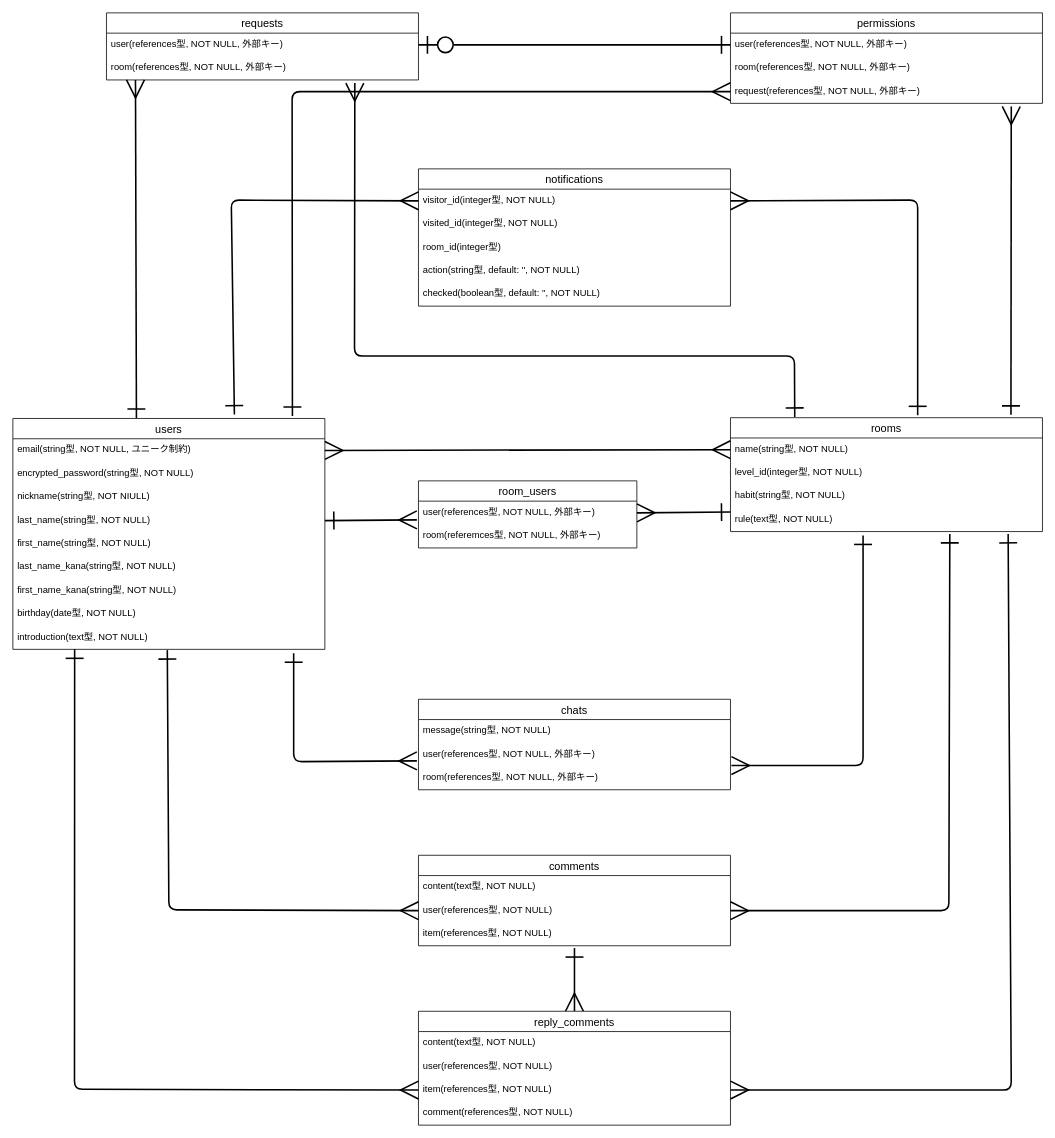
Above: esco.dio in mocchio/esco (draw.io), before the change. Source tidied: cells renumbered, new cells numbered last; positions are measured from the earlier drawing's top-left corner, leaving out a move shared by most shapes. Both pictures are drawn from the tidied source at 78%, with x=0, y=0 at pixel (12, 12).
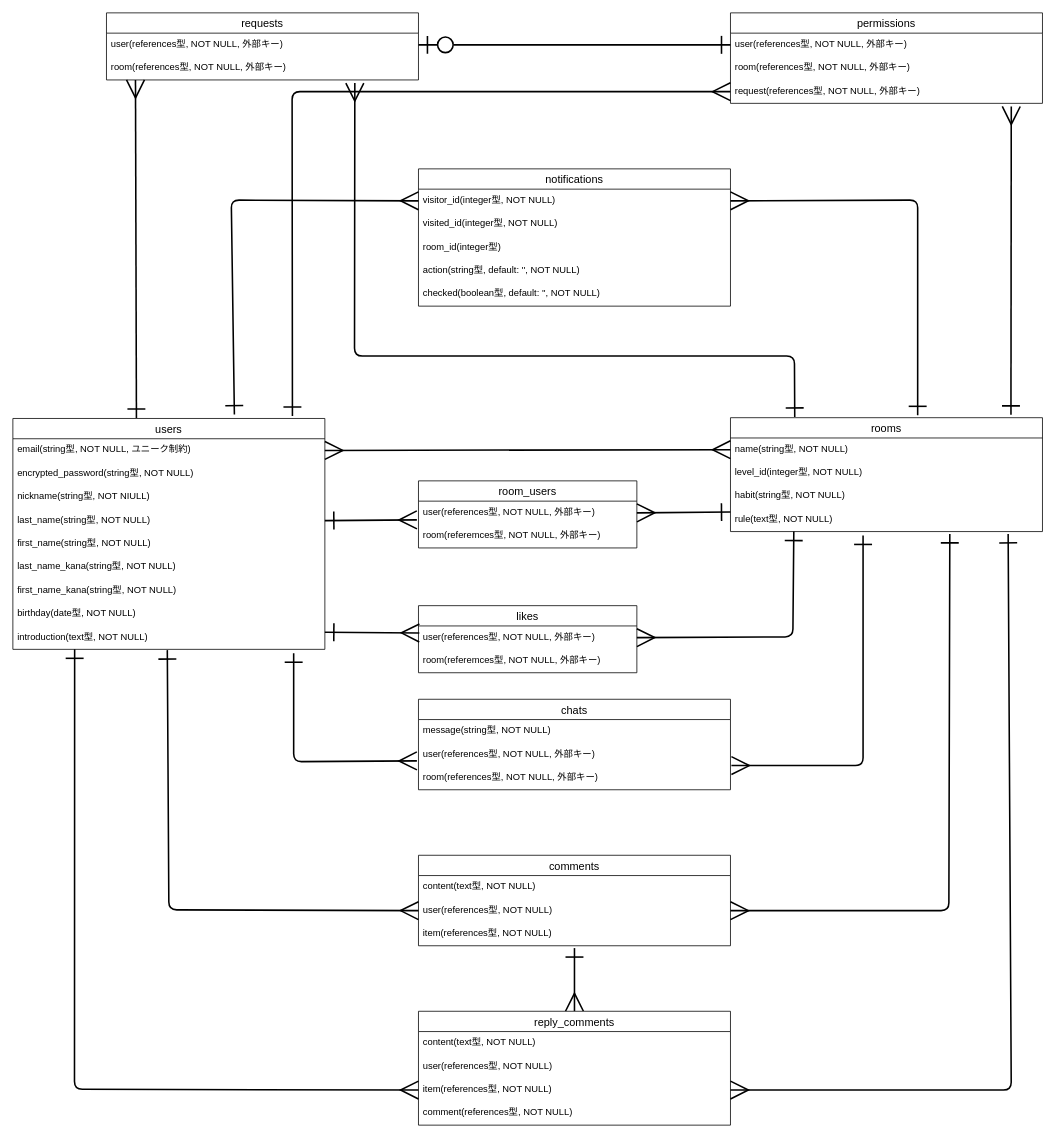
Above is the later version.

The change refers to these unchanged cells:
```xml
<mxCell id="11" value="introduction(text型, NOT NULL)" style="text;strokeColor=none;fillColor=none;spacingLeft=4;spacingRight=4;overflow=hidden;points=[[0,0.5],[1,0.5]];portConstraint=eastwest;fontSize=12;" parent="2" vertex="1">
  <mxGeometry y="266" width="400" height="30" as="geometry" />
</mxCell>
<mxCell id="16" value="rule(text型, NOT NULL)" style="text;strokeColor=none;fillColor=none;spacingLeft=4;spacingRight=4;overflow=hidden;points=[[0,0.5],[1,0.5]];portConstraint=eastwest;fontSize=12;" parent="12" vertex="1">
  <mxGeometry y="116" width="400" height="30" as="geometry" />
</mxCell>
```

Change to the diagram source:
```diff
@@
+    <mxCell id="63" value="likes" style="swimlane;fontStyle=0;horizontal=1;startSize=26;align=center;fontSize=14;" parent="1" vertex="1">
+      <mxGeometry x="520" y="760" width="280" height="86" as="geometry" />
+    </mxCell>
+    <mxCell id="64" value="user(references型, NOT NULL, 外部キー)" style="text;strokeColor=none;fillColor=none;spacingLeft=4;spacingRight=4;overflow=hidden;points=[[0,0.5],[1,0.5]];portConstraint=eastwest;fontSize=12;" parent="63" vertex="1">
+      <mxGeometry y="26" width="280" height="30" as="geometry" />
+    </mxCell>
+    <mxCell id="65" value="room(referemces型, NOT NULL, 外部キー)" style="text;strokeColor=none;fillColor=none;spacingLeft=4;spacingRight=4;overflow=hidden;fontSize=12;" parent="63" vertex="1">
+      <mxGeometry y="56" width="280" height="30" as="geometry" />
+    </mxCell>
+    <mxCell id="66" style="edgeStyle=none;html=1;exitX=1;exitY=0.267;exitDx=0;exitDy=0;strokeWidth=2;endSize=20;startSize=20;endArrow=ERmany;endFill=0;startArrow=ERone;startFill=0;exitPerimeter=0;entryX=0.004;entryY=0.3;entryDx=0;entryDy=0;entryPerimeter=0;" parent="1" edge="1" source="11" target="64">
+      <mxGeometry relative="1" as="geometry" />
+    </mxCell>
+    <mxCell id="67" style="edgeStyle=none;html=1;entryX=1;entryY=0.5;entryDx=0;entryDy=0;strokeWidth=2;startArrow=ERone;startFill=0;endArrow=ERmany;endFill=0;startSize=20;endSize=20;exitX=0.203;exitY=1;exitDx=0;exitDy=0;exitPerimeter=0;" parent="1" edge="1" source="16" target="64">
+      <mxGeometry relative="1" as="geometry">
+        <Array as="points">
+          <mxPoint x="1000" y="800" />
+        </Array>
+      </mxGeometry>
+    </mxCell>
```
